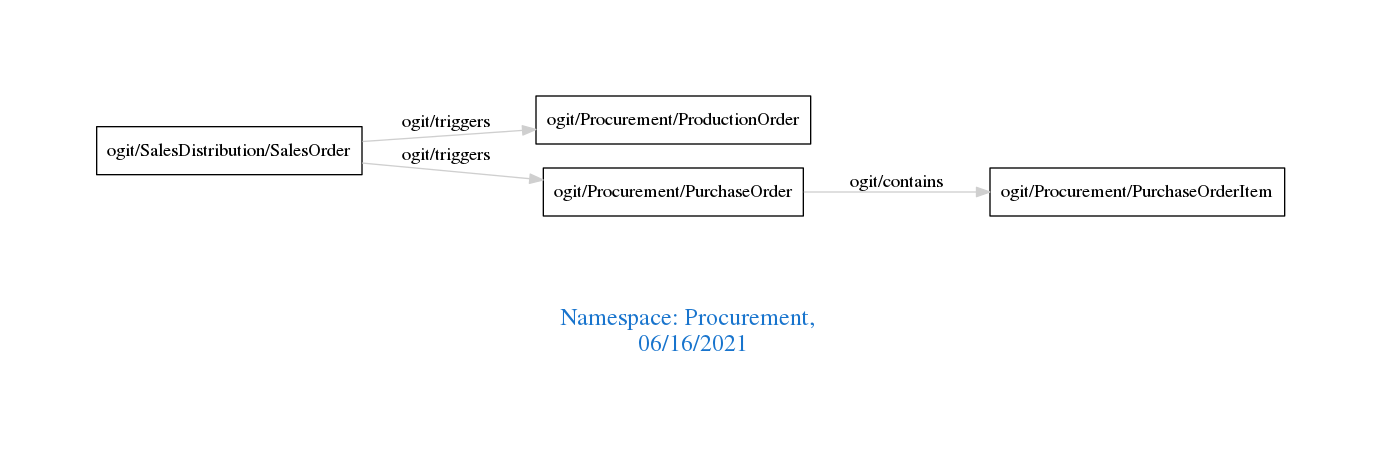
Before: downloads/Procurement.png, a diagram exported from Graphviz (arago/OGIT). Its source is kept beside it as downloads/Procurement.dot.
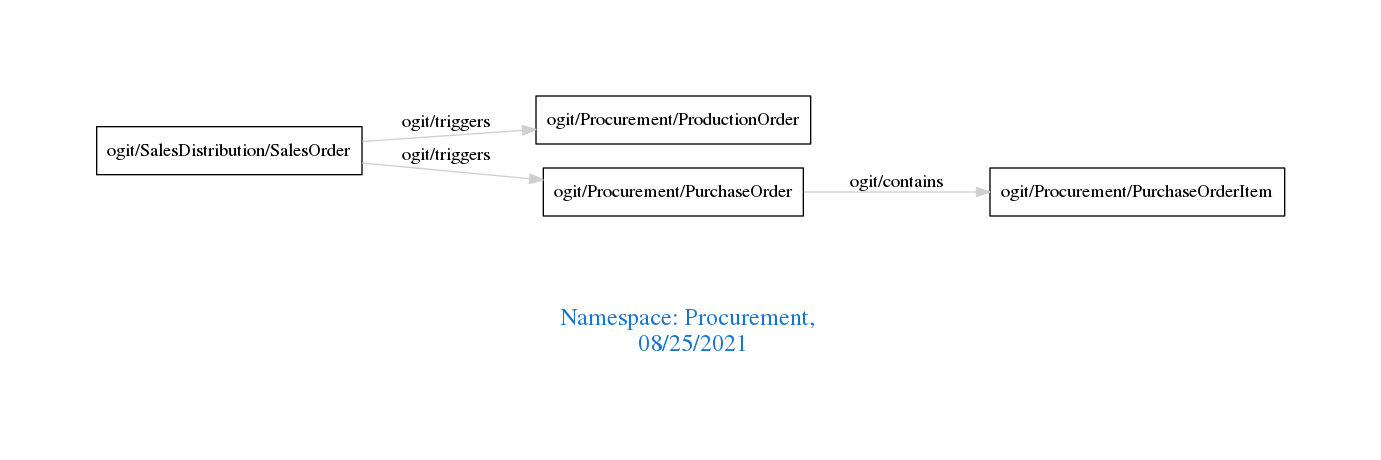
After the commit.

What changed in the source:
```diff
@@ -1,7 +1,7 @@
 digraph OGIT_ontology {
  graph [ rankdir= LR,pad=1
 fontsize = 18,
-fontcolor= dodgerblue3,label = "\n\n\nNamespace: Procurement, \n 06/16/2021"];
+fontcolor= dodgerblue3,label = "\n\n\nNamespace: Procurement, \n 08/25/2021"];
 node[shape=polygon];
 edge [  color="gray81"];
 
```
